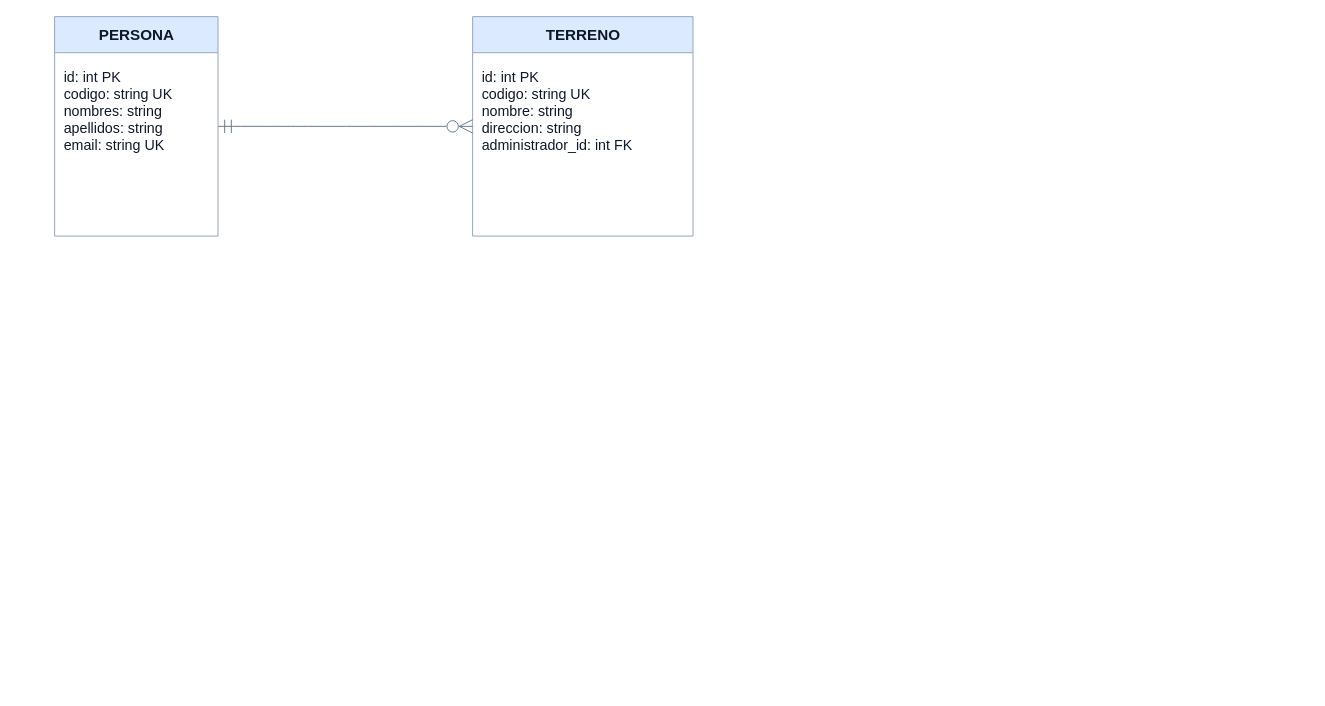
The draw.io diagram page "BD inicial implementada" (2 of 2) of er/SmartConnect_ER_v1.drawio in amaruprog14/smartconnect, before the edit. Source tidied: cells renumbered, new cells numbered last; positions are measured from the earlier drawing's top-left corner, leaving out a move shared by most shapes. Both pictures are drawn from the tidied source at 95%, with x=0, y=0 at pixel (54, 16).
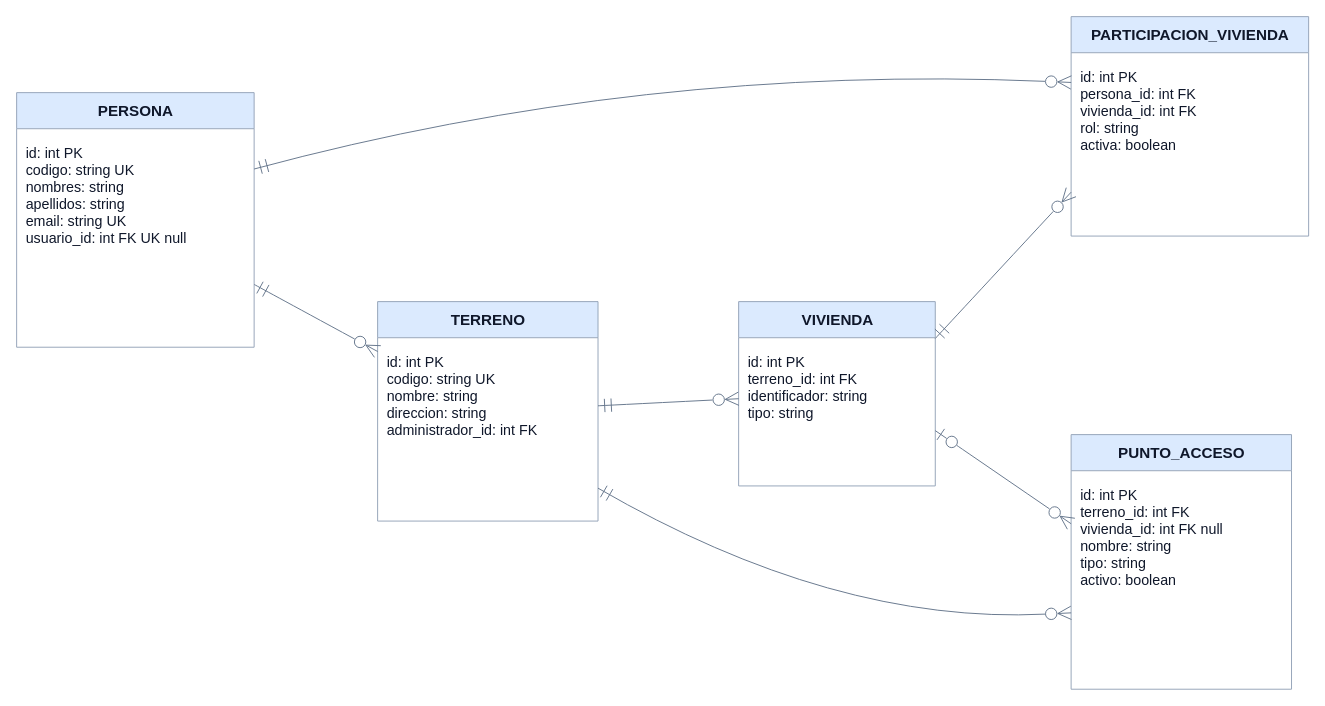
Above is the later version.

What changed in the source:
```diff
@@
     <mxCell id="2" value="PERSONA" style="swimlane;html=1;startSize=38;horizontal=1;rounded=0;fillColor=#dbeafe;swimlaneFillColor=#ffffff;strokeColor=#94a3b8;fontColor=#0f172a;fontSize=16;fontStyle=1;align=center;" parent="1" vertex="1">
-      <mxGeometry width="172" height="231" as="geometry" />
+      <mxGeometry x="-40" y="80" width="250" height="268" as="geometry" />
     </mxCell>
-    <mxCell id="3" value="id: int PK&lt;br&gt;codigo: string UK&lt;br&gt;nombres: string&lt;br&gt;apellidos: string&lt;br&gt;email: string UK" style="text;html=1;strokeColor=none;fillColor=none;align=left;verticalAlign=top;whiteSpace=wrap;spacing=10;spacingTop=2;fontSize=15;fontStyle=0;fontColor=#0f172a;" parent="2" vertex="1">
-      <mxGeometry y="38" width="172" height="193" as="geometry" />
+    <mxCell id="3" value="id: int PK&lt;br&gt;codigo: string UK&lt;br&gt;nombres: string&lt;br&gt;apellidos: string&lt;br&gt;email: string UK&lt;br&gt;usuario_id: int FK UK null" style="text;html=1;strokeColor=none;fillColor=none;align=left;verticalAlign=top;whiteSpace=wrap;spacing=10;spacingTop=2;fontSize=15;fontStyle=0;fontColor=#0f172a;" parent="2" vertex="1">
+      <mxGeometry y="38" width="250" height="230" as="geometry" />
     </mxCell>
     <mxCell id="4" value="TERRENO" style="swimlane;html=1;startSize=38;horizontal=1;rounded=0;fillColor=#dbeafe;swimlaneFillColor=#ffffff;strokeColor=#94a3b8;fontColor=#0f172a;fontSize=16;fontStyle=1;align=center;" parent="1" vertex="1">
-      <mxGeometry x="440" width="232" height="231" as="geometry" />
+      <mxGeometry x="340" y="300" width="232" height="231" as="geometry" />
     </mxCell>
@@
+    <mxCell id="7" value="VIVIENDA" style="swimlane;html=1;startSize=38;horizontal=1;rounded=0;fillColor=#dbeafe;swimlaneFillColor=#ffffff;strokeColor=#94a3b8;fontColor=#0f172a;fontSize=16;fontStyle=1;align=center;" parent="1" vertex="1">
+      <mxGeometry x="720" y="300" width="207" height="194" as="geometry" />
+    </mxCell>
+    <mxCell id="8" value="id: int PK&lt;br&gt;terreno_id: int FK&lt;br&gt;identificador: string&lt;br&gt;tipo: string" style="text;html=1;strokeColor=none;fillColor=none;align=left;verticalAlign=top;whiteSpace=wrap;spacing=10;spacingTop=2;fontSize=15;fontStyle=0;fontColor=#0f172a;" parent="7" vertex="1">
+      <mxGeometry y="38" width="207" height="156" as="geometry" />
+    </mxCell>
+    <mxCell id="9" value="PARTICIPACION_VIVIENDA" style="swimlane;html=1;startSize=38;horizontal=1;rounded=0;fillColor=#dbeafe;swimlaneFillColor=#ffffff;strokeColor=#94a3b8;fontColor=#0f172a;fontSize=16;fontStyle=1;align=center;" parent="1" vertex="1">
+      <mxGeometry x="1070" width="250" height="231" as="geometry" />
+    </mxCell>
+    <mxCell id="10" value="id: int PK&lt;br&gt;persona_id: int FK&lt;br&gt;vivienda_id: int FK&lt;br&gt;rol: string&lt;br&gt;activa: boolean" style="text;html=1;strokeColor=none;fillColor=none;align=left;verticalAlign=top;whiteSpace=wrap;spacing=10;spacingTop=2;fontSize=15;fontStyle=0;fontColor=#0f172a;" parent="9" vertex="1">
+      <mxGeometry y="38" width="250" height="193" as="geometry" />
+    </mxCell>
+    <mxCell id="11" value="PUNTO_ACCESO" style="swimlane;html=1;startSize=38;horizontal=1;rounded=0;fillColor=#dbeafe;swimlaneFillColor=#ffffff;strokeColor=#94a3b8;fontColor=#0f172a;fontSize=16;fontStyle=1;align=center;" parent="1" vertex="1">
+      <mxGeometry x="1070" y="440" width="232" height="268" as="geometry" />
+    </mxCell>
+    <mxCell id="12" value="id: int PK&lt;br&gt;terreno_id: int FK&lt;br&gt;vivienda_id: int FK null&lt;br&gt;nombre: string&lt;br&gt;tipo: string&lt;br&gt;activo: boolean" style="text;html=1;strokeColor=none;fillColor=none;align=left;verticalAlign=top;whiteSpace=wrap;spacing=10;spacingTop=2;fontSize=15;fontStyle=0;fontColor=#0f172a;" parent="11" vertex="1">
+      <mxGeometry y="38" width="232" height="230" as="geometry" />
+    </mxCell>
@@
+    <mxCell id="13" style="curved=1;rounded=1;html=1;startArrow=ERmandOne;endArrow=ERzeroToMany;startFill=0;endFill=0;startSize=12;endSize=12;strokeColor=#64748b;" parent="1" edge="1" source="4" target="7">
+      <mxGeometry relative="1" as="geometry" />
+    </mxCell>
+    <mxCell id="14" style="curved=1;rounded=1;html=1;startArrow=ERmandOne;endArrow=ERzeroToMany;startFill=0;endFill=0;startSize=12;endSize=12;strokeColor=#64748b;exitX=1;exitY=0.3;entryX=0;entryY=0.3;" parent="1" edge="1" source="2" target="9">
+      <mxGeometry relative="1" as="geometry">
+        <Array as="points">
+          <mxPoint x="620" y="50" />
+        </Array>
+      </mxGeometry>
+    </mxCell>
+    <mxCell id="15" style="curved=1;rounded=1;html=1;startArrow=ERmandOne;endArrow=ERzeroToMany;startFill=0;endFill=0;startSize=12;endSize=12;strokeColor=#64748b;exitX=1;exitY=0.2;entryX=0;entryY=0.8;" parent="1" edge="1" source="7" target="9">
+      <mxGeometry relative="1" as="geometry" />
+    </mxCell>
+    <mxCell id="16" style="curved=1;rounded=1;html=1;startArrow=ERmandOne;endArrow=ERzeroToMany;startFill=0;endFill=0;startSize=12;endSize=12;strokeColor=#64748b;exitX=1;exitY=0.85;entryX=0;entryY=0.7;" parent="1" edge="1" source="4" target="11">
+      <mxGeometry relative="1" as="geometry">
+        <Array as="points">
+          <mxPoint x="820" y="640" />
+        </Array>
+      </mxGeometry>
+    </mxCell>
+    <mxCell id="17" style="curved=1;rounded=1;html=1;startArrow=ERzeroToOne;endArrow=ERzeroToMany;startFill=0;endFill=0;startSize=12;endSize=12;strokeColor=#64748b;exitX=1;exitY=0.7;entryX=0;entryY=0.35;" parent="1" edge="1" source="7" target="11">
+      <mxGeometry relative="1" as="geometry" />
+    </mxCell>
```
